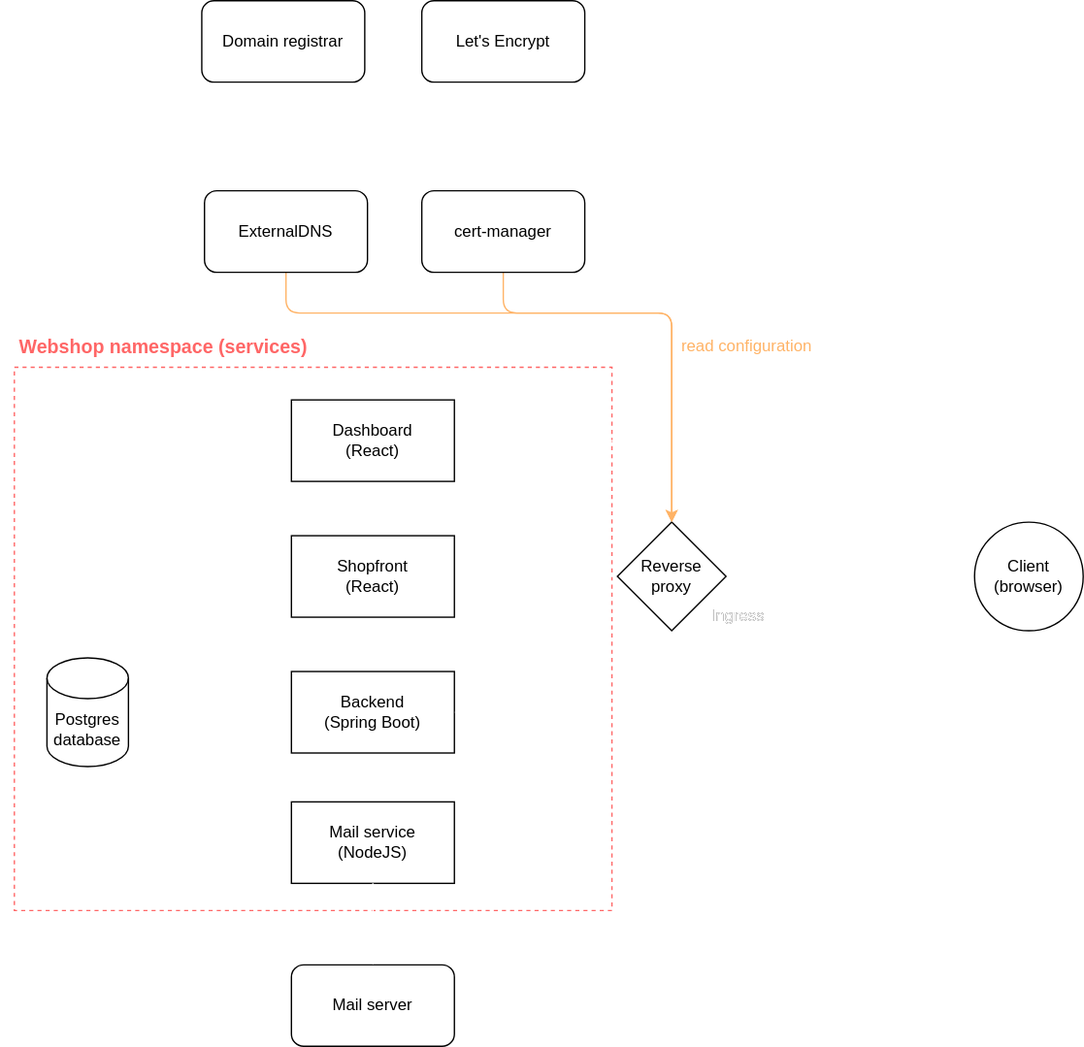
Above: docs/diagrams/architecture.drawio.svg in thedatasnok/webshop (draw.io), before the change. Source tidied: cells renumbered, new cells last; positions are measured from the earlier drawing's top-left corner, leaving out a move shared by most shapes.
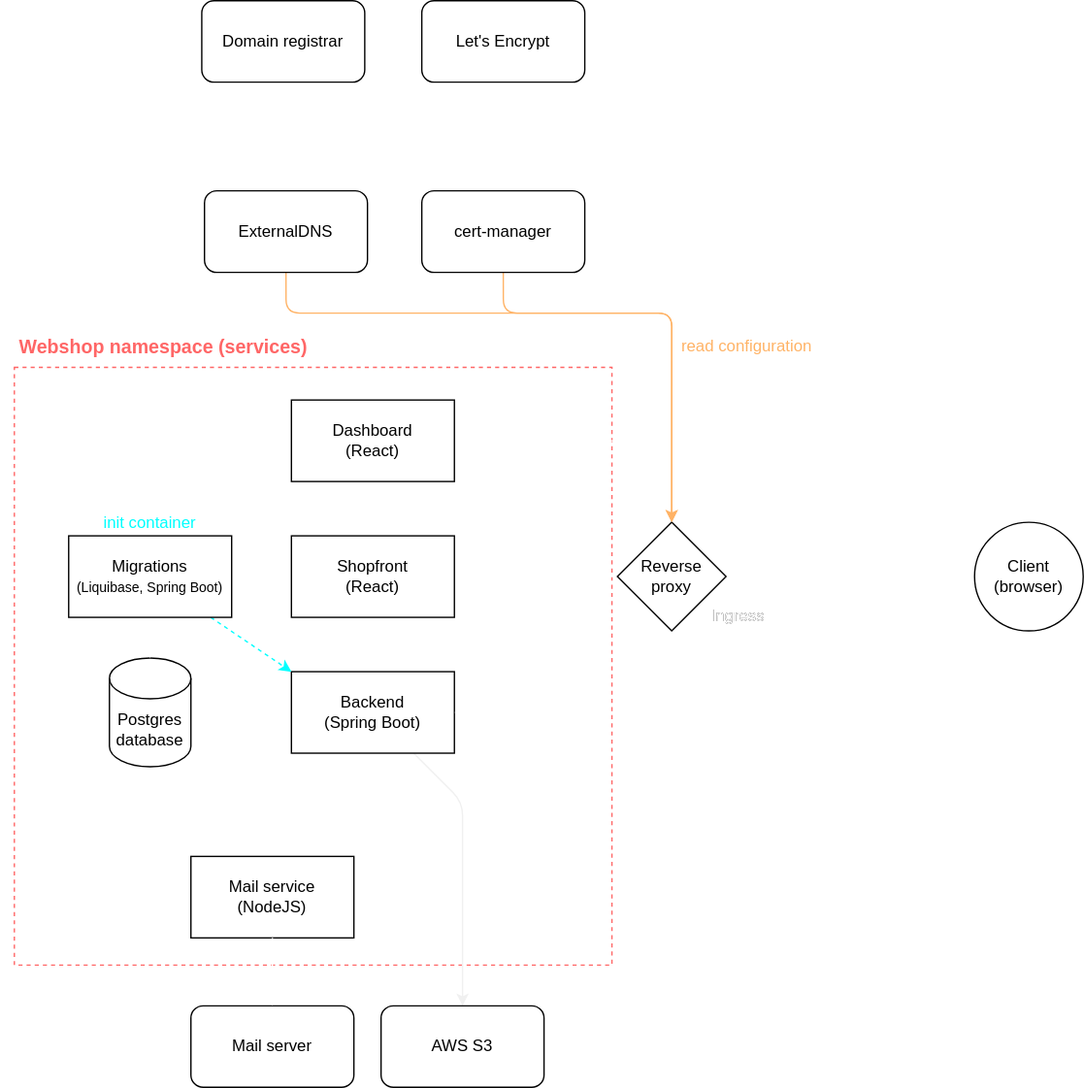
After the change.

Commit message:
docs: add migrations & aws s3 to architecture diagram

What changed in the source:
```diff
@@ -3,17 +3,28 @@
     <mxCell id="0" />
     <mxCell id="1" parent="0" />
     <mxCell id="2" style="rounded=0;whiteSpace=wrap;html=1;fillColor=none;dashed=1;fontColor=#FFFFFF;strokeColor=#FFFFFF;" parent="1" vertex="1">
-      <mxGeometry y="110" width="650" height="580" as="geometry" />
+      <mxGeometry y="110" width="650" height="610" as="geometry" />
     </mxCell>
     <mxCell id="3" style="rounded=0;whiteSpace=wrap;html=1;fillColor=none;dashed=1;strokeColor=#FF6666;" parent="1" vertex="1">
-      <mxGeometry x="10" y="270" width="440" height="400" as="geometry" />
+      <mxGeometry x="10" y="270" width="440" height="440" as="geometry" />
     </mxCell>
     <mxCell id="4" style="edgeStyle=none;html=1;entryX=1;entryY=0.5;entryDx=0;entryDy=0;entryPerimeter=0;fontColor=#FFFFFF;strokeColor=#FFFFFF;" parent="1" edge="1" source="6" target="15">
       <mxGeometry relative="1" as="geometry" />
     </mxCell>
     <mxCell id="5" style="edgeStyle=none;html=1;entryX=0.5;entryY=0;entryDx=0;entryDy=0;strokeColor=#FFFFFF;" parent="1" edge="1" source="6" target="32">
-      <mxGeometry relative="1" as="geometry" />
+      <mxGeometry relative="1" as="geometry">
+        <Array as="points">
+          <mxPoint x="200" y="590" />
+        </Array>
+      </mxGeometry>
     </mxCell>
+    <mxCell id="35" style="edgeStyle=none;html=1;entryX=0.5;entryY=0;entryDx=0;entryDy=0;strokeColor=#F0F0F0;" parent="1" edge="1" source="6" target="36">
+      <mxGeometry relative="1" as="geometry">
+        <Array as="points">
+          <mxPoint x="340" y="590" />
+        </Array>
+      </mxGeometry>
+    </mxCell>
     <mxCell id="6" value="Backend&lt;br&gt;(Spring Boot)" style="rounded=0;whiteSpace=wrap;html=1;" parent="1" vertex="1">
       <mxGeometry x="214" y="494" width="120" height="60" as="geometry" />
     </mxCell>
@@ -50,7 +61,7 @@
       <mxGeometry x="214" y="394" width="120" height="60" as="geometry" />
     </mxCell>
     <mxCell id="15" value="Postgres&lt;br&gt;database" style="shape=cylinder3;whiteSpace=wrap;html=1;boundedLbl=1;backgroundOutline=1;size=15;" parent="1" vertex="1">
-      <mxGeometry x="34" y="484" width="60" height="80" as="geometry" />
+      <mxGeometry x="80" y="484" width="60" height="80" as="geometry" />
     </mxCell>
     <mxCell id="16" value="&lt;font style=&quot;font-size: 11px;&quot;&gt;Prefix: /api&lt;br&gt;Host: xyz.tld&lt;/font&gt;" style="text;html=1;strokeColor=none;fillColor=none;align=left;verticalAlign=middle;whiteSpace=wrap;rounded=0;fontColor=#FFFFFF;" parent="1" vertex="1">
       <mxGeometry x="344" y="534" width="70" height="30" as="geometry" />
@@ -111,13 +122,28 @@
       <mxGeometry x="520" y="443" width="45.5" height="20" as="geometry" />
     </mxCell>
     <mxCell id="32" value="Mail service&lt;br&gt;(NodeJS)" style="rounded=0;whiteSpace=wrap;html=1;" parent="1" vertex="1">
-      <mxGeometry x="214" y="590" width="120" height="60" as="geometry" />
+      <mxGeometry x="140" y="630" width="120" height="60" as="geometry" />
     </mxCell>
     <mxCell id="33" value="Mail server" style="rounded=1;whiteSpace=wrap;html=1;" parent="1" vertex="1">
-      <mxGeometry x="214" y="710" width="120" height="60" as="geometry" />
+      <mxGeometry x="140" y="740" width="120" height="60" as="geometry" />
     </mxCell>
     <mxCell id="34" style="edgeStyle=none;html=1;exitX=0.5;exitY=1;exitDx=0;exitDy=0;strokeColor=#FFFFFF;" parent="1" edge="1" source="32" target="33">
       <mxGeometry relative="1" as="geometry" />
     </mxCell>
+    <mxCell id="36" value="AWS S3" style="rounded=1;whiteSpace=wrap;html=1;" parent="1" vertex="1">
+      <mxGeometry x="280" y="740" width="120" height="60" as="geometry" />
+    </mxCell>
+    <mxCell id="37" style="edgeStyle=none;html=1;entryX=0.5;entryY=0;entryDx=0;entryDy=0;entryPerimeter=0;strokeColor=#FFFFFF;" parent="1" edge="1" source="39" target="15">
+      <mxGeometry relative="1" as="geometry" />
+    </mxCell>
+    <mxCell id="38" style="edgeStyle=none;html=1;entryX=0;entryY=0;entryDx=0;entryDy=0;dashed=1;strokeColor=#00FFFF;" parent="1" edge="1" source="39" target="6">
+      <mxGeometry relative="1" as="geometry" />
+    </mxCell>
+    <mxCell id="39" value="Migrations&lt;br&gt;&lt;font style=&quot;font-size: 10px;&quot;&gt;(Liquibase, Spring Boot)&lt;/font&gt;" style="rounded=0;whiteSpace=wrap;html=1;" parent="1" vertex="1">
+      <mxGeometry x="50" y="394" width="120" height="60" as="geometry" />
+    </mxCell>
+    <mxCell id="40" value="init container" style="text;html=1;strokeColor=none;fillColor=none;align=center;verticalAlign=middle;whiteSpace=wrap;rounded=0;fontColor=#00FFFF;" parent="1" vertex="1">
+      <mxGeometry x="45" y="370" width="130" height="30" as="geometry" />
+    </mxCell>
   </root>
 </mxGraphModel>
```
